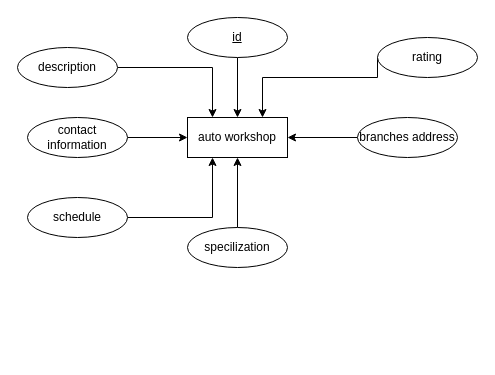
DrDaxter/diagrams keeps this draw.io diagram as Untitled Diagram.drawio. Above is the earlier version. Source tidied: cells renumbered, new cells numbered last; positions are measured from the earlier drawing's top-left corner, leaving out a move shared by most shapes. Both pictures are drawn from the tidied source at 100%, with x=0, y=0 at pixel (17, 17).
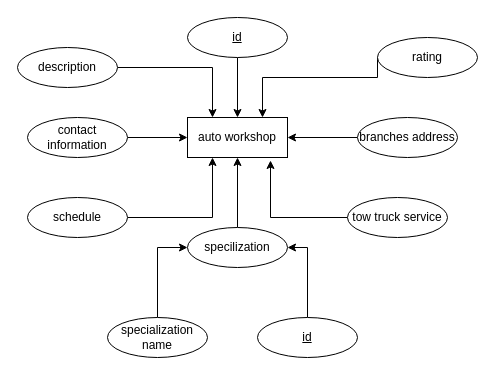
The same diagram, later.

The change refers to these unchanged cells:
```xml
<mxCell id="2" value="auto workshop" style="whiteSpace=wrap;html=1;align=center;" parent="1" vertex="1">
  <mxGeometry x="170" y="100" width="100" height="40" as="geometry" />
</mxCell>
<mxCell id="5" value="specilization" style="ellipse;whiteSpace=wrap;html=1;align=center;" parent="1" vertex="1">
  <mxGeometry x="170" y="210" width="100" height="40" as="geometry" />
</mxCell>
```

Change to the diagram source:
```diff
@@
+    <mxCell id="18" style="edgeStyle=orthogonalEdgeStyle;rounded=0;jettySize=auto;html=1;entryX=0;entryY=0.5;entryDx=0;entryDy=0;" parent="1" edge="1" source="19" target="5">
+      <mxGeometry relative="1" as="geometry" />
+    </mxCell>
+    <mxCell id="19" value="specialization name" style="ellipse;whiteSpace=wrap;html=1;align=center;" parent="1" vertex="1">
+      <mxGeometry x="90" y="300" width="100" height="40" as="geometry" />
+    </mxCell>
+    <mxCell id="20" style="edgeStyle=orthogonalEdgeStyle;rounded=0;jettySize=auto;html=1;entryX=1;entryY=0.5;entryDx=0;entryDy=0;" parent="1" edge="1" source="21" target="5">
+      <mxGeometry relative="1" as="geometry" />
+    </mxCell>
+    <mxCell id="21" value="id" style="ellipse;whiteSpace=wrap;html=1;align=center;fontStyle=4;" parent="1" vertex="1">
+      <mxGeometry x="240" y="300" width="100" height="40" as="geometry" />
+    </mxCell>
+    <mxCell id="22" style="edgeStyle=orthogonalEdgeStyle;rounded=0;jettySize=auto;html=1;entryX=0.83;entryY=1.075;entryDx=0;entryDy=0;entryPerimeter=0;" parent="1" edge="1" source="23" target="2">
+      <mxGeometry relative="1" as="geometry" />
+    </mxCell>
+    <mxCell id="23" value="tow truck service" style="ellipse;whiteSpace=wrap;html=1;align=center;" parent="1" vertex="1">
+      <mxGeometry x="330" y="180" width="100" height="40" as="geometry" />
+    </mxCell>
```
